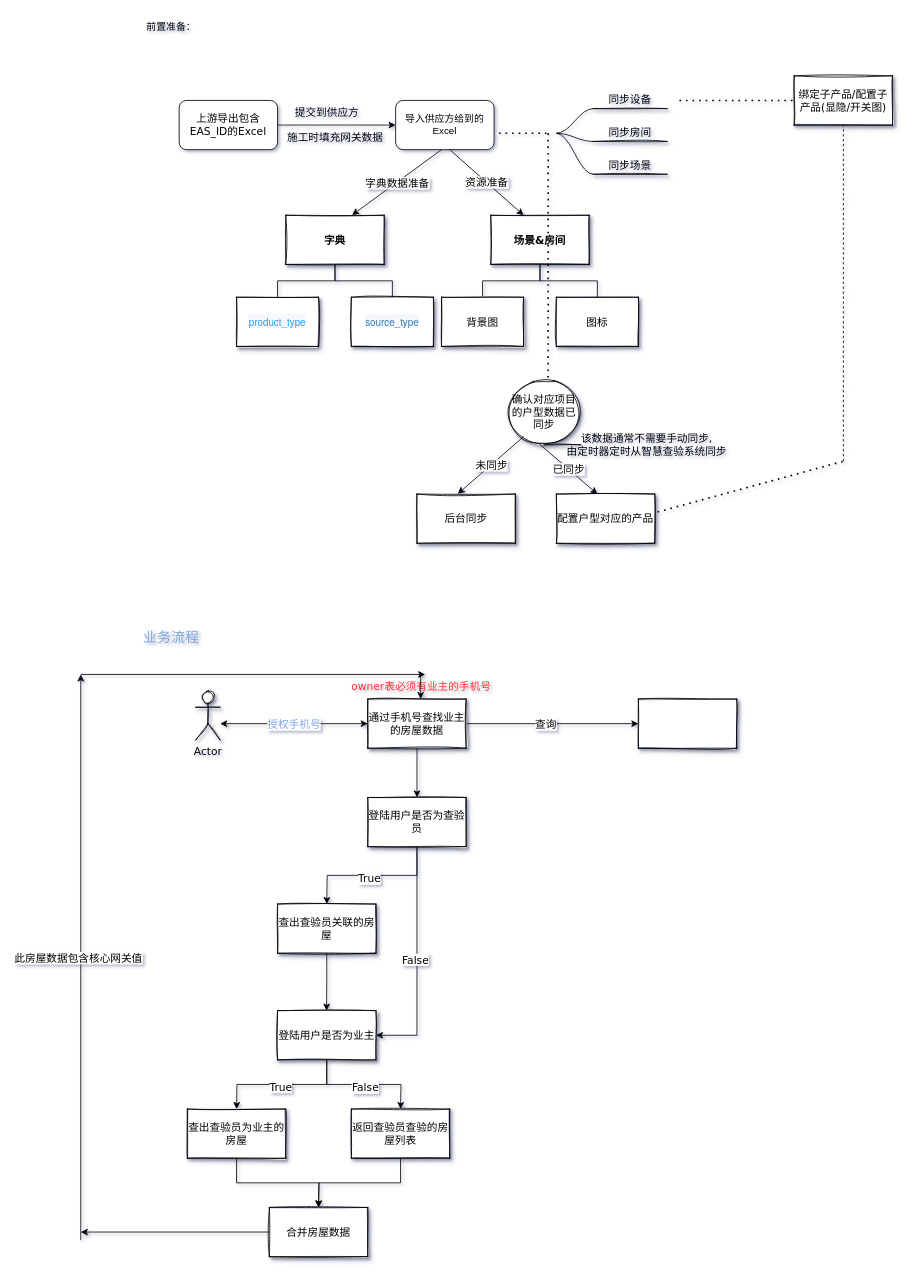
The draw.io diagram flowChat.drawio in Navven/Img, before the edit. Source tidied: cells renumbered, new cells numbered last; positions are measured from the earlier drawing's top-left corner, leaving out a move shared by most shapes. Both pictures are drawn from the tidied source at 82%, with x=0, y=0 at pixel (80, 14).
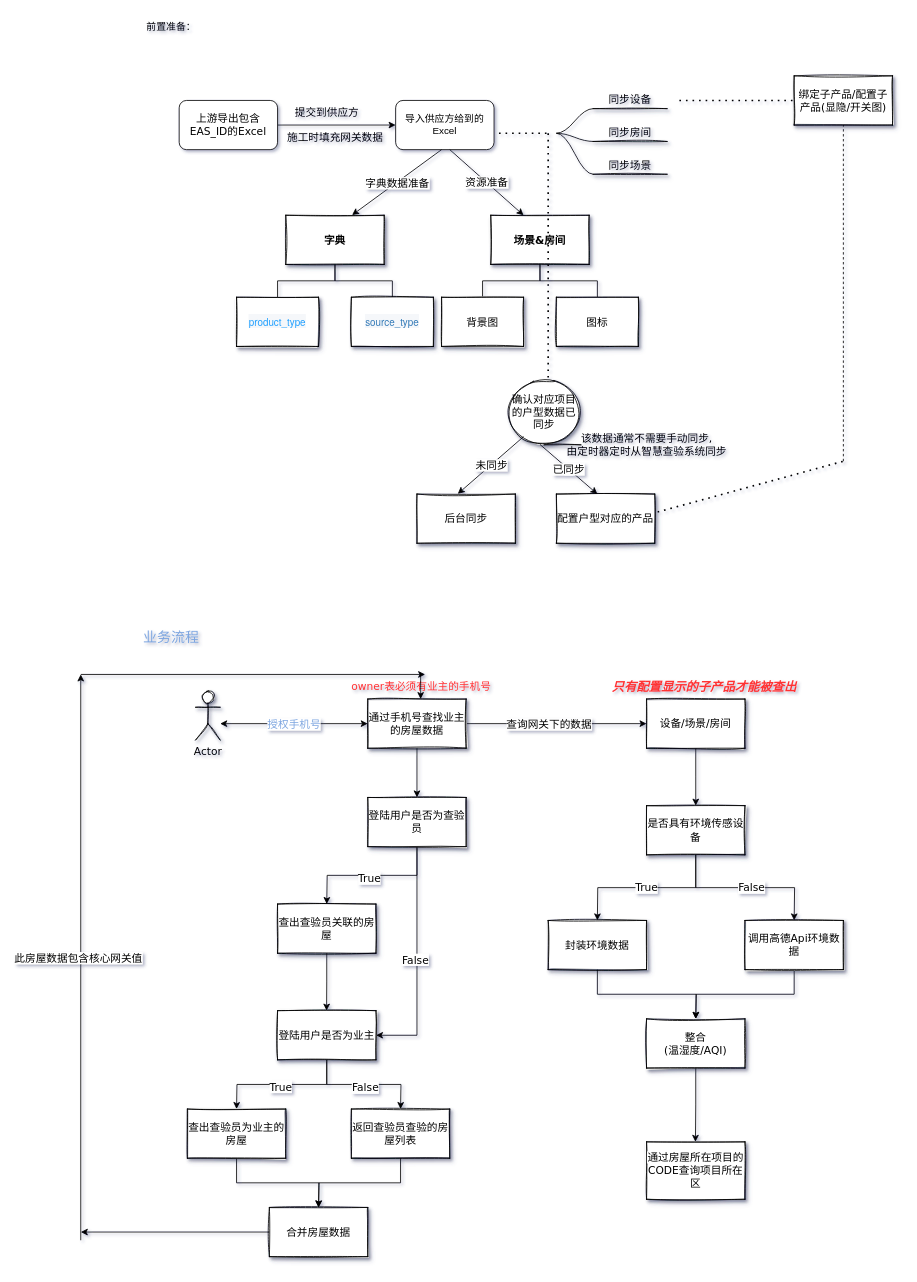
Above is the later version.

Unchanged cells that the change refers to:
```xml
<mxCell id="46" style="edgeStyle=orthogonalEdgeStyle;rounded=0;jettySize=auto;html=1;exitX=1;exitY=0.5;exitDx=0;exitDy=0;entryX=0;entryY=0.5;entryDx=0;entryDy=0;fontFamily=Verdana;fontSize=13;fontColor=#000000;" parent="1" edge="1" source="48" target="73">
  <mxGeometry relative="1" as="geometry" />
</mxCell>
```

Change to the diagram source:
```diff
@@
-    <mxCell id="47" value="查询" style="edgeLabel;html=1;align=center;verticalAlign=middle;fontSize=13;fontFamily=Verdana;fontColor=#000000;" parent="46" vertex="1">
+    <mxCell id="47" value="查询网关下的数据" style="edgeLabel;html=1;align=center;verticalAlign=middle;fontSize=13;fontFamily=Verdana;fontColor=#000000;" parent="46" vertex="1">
       <mxGeometry x="-0.09" relative="1" as="geometry" />
     </mxCell>
@@
+    <mxCell id="74" style="edgeStyle=orthogonalEdgeStyle;rounded=0;jettySize=auto;html=1;exitX=0.5;exitY=1;exitDx=0;exitDy=0;fontFamily=Verdana;fontSize=13;fontColor=#000000;" parent="1" edge="1" source="73">
+      <mxGeometry relative="1" as="geometry">
+        <mxPoint x="750" y="965" as="targetPoint" />
+      </mxGeometry>
+    </mxCell>
-    <mxCell id="73" style="rounded=0;whiteSpace=wrap;html=1;shadow=1;sketch=1;strokeColor=default;strokeWidth=1;fontFamily=Verdana;fontSize=13;fontColor=#000000;" parent="1" vertex="1">
-      <mxGeometry x="680" y="835" width="120" height="60" as="geometry" />
+    <mxCell id="73" value="&lt;span style=&quot;background-color: rgb(255, 255, 255);&quot;&gt;设备/场景/房间&lt;/span&gt;" style="rounded=0;whiteSpace=wrap;html=1;shadow=1;sketch=1;strokeColor=default;strokeWidth=1;fontFamily=Verdana;fontSize=13;fontColor=#000000;" parent="1" vertex="1">
+      <mxGeometry x="690" y="835" width="120" height="60" as="geometry" />
     </mxCell>
+    <mxCell id="75" value="True" style="edgeStyle=orthogonalEdgeStyle;rounded=0;jettySize=auto;html=1;exitX=0.5;exitY=1;exitDx=0;exitDy=0;fontFamily=Verdana;fontSize=13;fontColor=#000000;" parent="1" edge="1" source="78">
+      <mxGeometry relative="1" as="geometry">
+        <mxPoint x="630" y="1105" as="targetPoint" />
+      </mxGeometry>
+    </mxCell>
+    <mxCell id="76" style="edgeStyle=orthogonalEdgeStyle;rounded=0;jettySize=auto;html=1;exitX=0.5;exitY=1;exitDx=0;exitDy=0;fontFamily=Verdana;fontSize=13;fontColor=#000000;" parent="1" edge="1" source="78">
+      <mxGeometry relative="1" as="geometry">
+        <mxPoint x="870" y="1105" as="targetPoint" />
+      </mxGeometry>
+    </mxCell>
+    <mxCell id="77" value="False" style="edgeLabel;html=1;align=center;verticalAlign=middle;fontSize=13;fontFamily=Verdana;fontColor=#000000;" parent="76" vertex="1">
+      <mxGeometry x="0.07" y="1" relative="1" as="geometry" />
+    </mxCell>
+    <mxCell id="78" value="是否具有环境传感设备" style="rounded=0;whiteSpace=wrap;html=1;shadow=1;sketch=1;strokeColor=default;strokeWidth=1;fontFamily=Verdana;fontSize=13;fontColor=#000000;" parent="1" vertex="1">
+      <mxGeometry x="690" y="965" width="120" height="60" as="geometry" />
+    </mxCell>
+    <mxCell id="79" style="edgeStyle=orthogonalEdgeStyle;rounded=0;jettySize=auto;html=1;exitX=0.5;exitY=1;exitDx=0;exitDy=0;fontFamily=Verdana;fontSize=13;fontColor=#000000;" parent="1" edge="1" source="80">
+      <mxGeometry relative="1" as="geometry">
+        <mxPoint x="750" y="1225" as="targetPoint" />
+      </mxGeometry>
+    </mxCell>
+    <mxCell id="80" value="封装环境数据" style="rounded=0;whiteSpace=wrap;html=1;shadow=1;sketch=1;strokeColor=default;strokeWidth=1;fontFamily=Verdana;fontSize=13;fontColor=#000000;" parent="1" vertex="1">
+      <mxGeometry x="570" y="1105" width="120" height="60" as="geometry" />
+    </mxCell>
+    <mxCell id="81" style="edgeStyle=orthogonalEdgeStyle;rounded=0;jettySize=auto;html=1;exitX=0.5;exitY=1;exitDx=0;exitDy=0;fontFamily=Verdana;fontSize=13;fontColor=#000000;" parent="1" edge="1" source="82">
+      <mxGeometry relative="1" as="geometry">
+        <mxPoint x="750" y="1225" as="targetPoint" />
+      </mxGeometry>
+    </mxCell>
+    <mxCell id="82" value="调用高德Api环境数据" style="rounded=0;whiteSpace=wrap;html=1;shadow=1;sketch=1;strokeColor=default;strokeWidth=1;fontFamily=Verdana;fontSize=13;fontColor=#000000;" parent="1" vertex="1">
+      <mxGeometry x="810" y="1105" width="120" height="60" as="geometry" />
+    </mxCell>
+    <mxCell id="83" style="edgeStyle=orthogonalEdgeStyle;rounded=0;jettySize=auto;html=1;exitX=0.5;exitY=1;exitDx=0;exitDy=0;fontFamily=Verdana;fontSize=13;fontColor=#000000;" parent="1" edge="1" source="84">
+      <mxGeometry relative="1" as="geometry">
+        <mxPoint x="749.6" y="1375" as="targetPoint" />
+      </mxGeometry>
+    </mxCell>
+    <mxCell id="84" value="整合&lt;br&gt;(温湿度/AQI)" style="rounded=0;whiteSpace=wrap;html=1;shadow=1;sketch=1;strokeColor=default;strokeWidth=1;fontFamily=Verdana;fontSize=13;fontColor=#000000;" parent="1" vertex="1">
+      <mxGeometry x="690" y="1225" width="120" height="60" as="geometry" />
+    </mxCell>
+    <mxCell id="85" value="&lt;span style=&quot;background-color: rgb(255, 255, 255);&quot;&gt;通过房屋所在项目的CODE查询项目所在区&lt;/span&gt;" style="rounded=0;whiteSpace=wrap;html=1;shadow=1;sketch=1;strokeColor=default;strokeWidth=1;fontFamily=Verdana;fontSize=13;fontColor=#000000;" parent="1" vertex="1">
+      <mxGeometry x="690" y="1375" width="120" height="70" as="geometry" />
+    </mxCell>
+    <mxCell id="86" value="&lt;font size=&quot;1&quot; color=&quot;#ff3333&quot;&gt;&lt;b&gt;&lt;i style=&quot;font-size: 15px;&quot;&gt;只有配置显示的子产品才能被查出&lt;/i&gt;&lt;/b&gt;&lt;/font&gt;" style="text;html=1;align=center;verticalAlign=middle;strokeColor=none;fillColor=none;fontSize=13;fontFamily=Verdana;fontColor=#000000;" parent="1" vertex="1">
+      <mxGeometry x="635" y="805" width="250" height="30" as="geometry" />
+    </mxCell>
```
